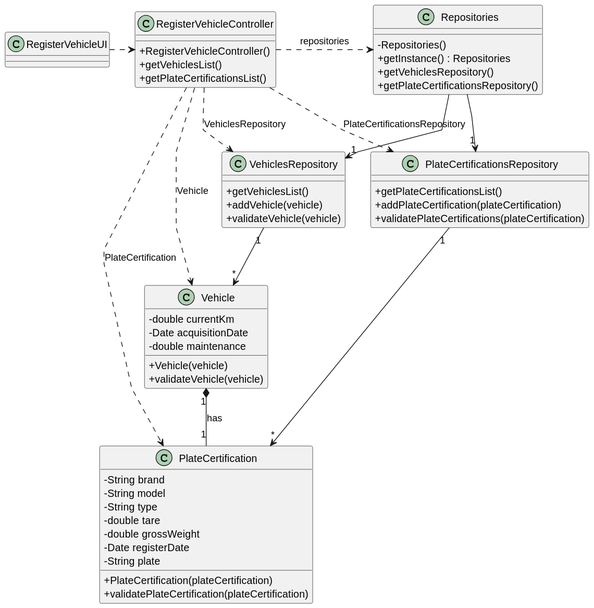
The PlantUML diagram docs/sprint2/us006/03.design/svg/us006-class-diagram.svg in 1231360-ISEP/lei-24-s2-1db-g021, before a commit.
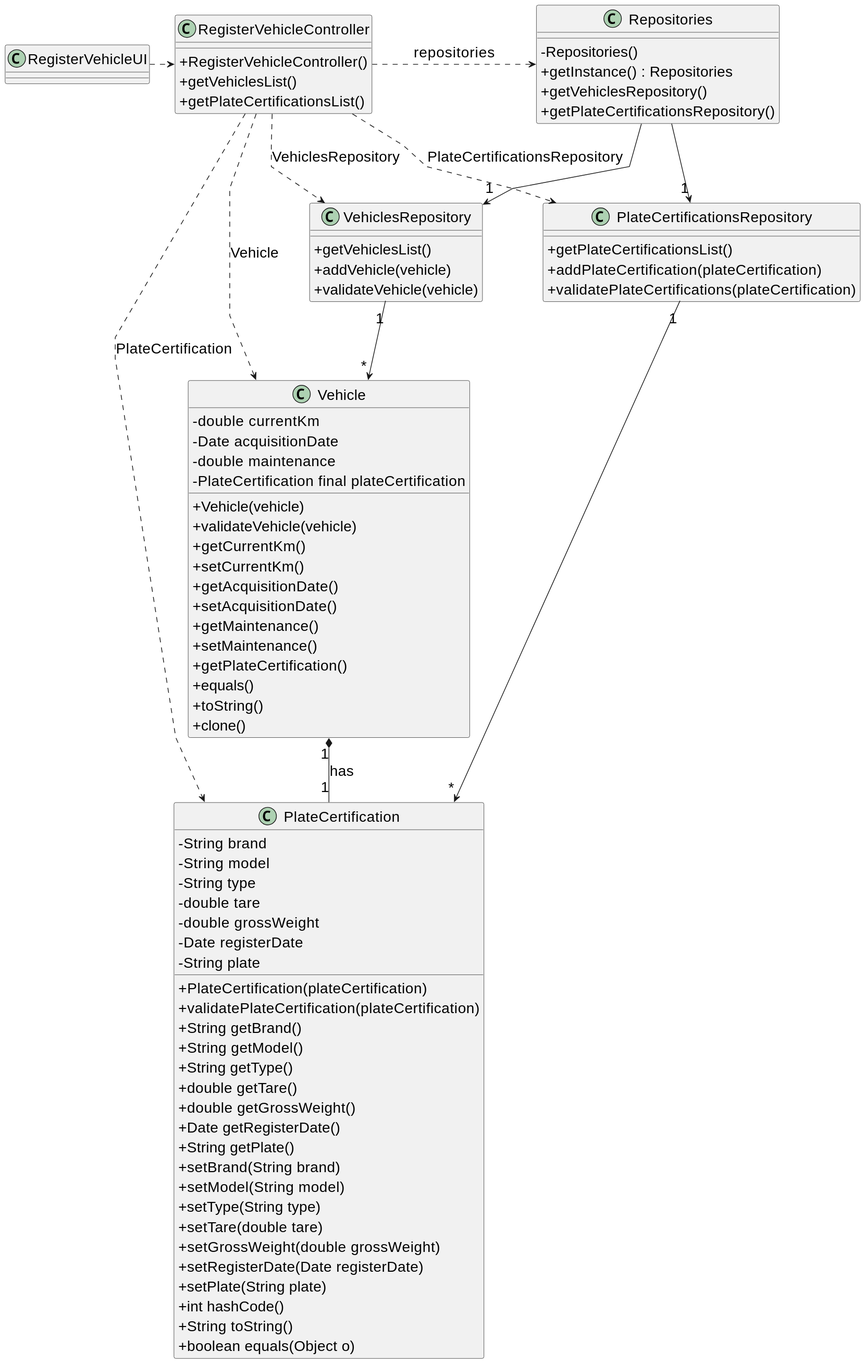
Later version of the same file.

What changed in the source:
```diff
@@ -1,4 +1,5 @@
 @startuml
+skinparamlocked defaultFontSize 20
 skinparam packageStyle rectangle
 skinparam shadowing false
 skinparam linetype polyline
@@ -24,8 +25,19 @@
     - double currentKm
     - Date acquisitionDate
     - double maintenance
+    -PlateCertification final plateCertification
     + Vehicle(vehicle)
     + validateVehicle(vehicle)
+    + getCurrentKm()
+    + setCurrentKm()
+    + getAcquisitionDate()
+    + setAcquisitionDate()
+    + getMaintenance()
+    + setMaintenance()
+    + getPlateCertification()
+    + equals()
+    + toString()
+    + clone()
 }
 
 class VehiclesRepository {
@@ -44,6 +56,23 @@
     - String plate
     + PlateCertification(plateCertification)
     + validatePlateCertification(plateCertification)
+    + String getBrand()
+    + String getModel()
+    + String getType()
+    + double getTare()
+    + double getGrossWeight()
+    + Date getRegisterDate()
+    + String getPlate()
+    + setBrand(String brand)
+    + setModel(String model)
+    + setType(String type)
+    + setTare(double tare)
+    + setGrossWeight(double grossWeight)
+    + setRegisterDate(Date registerDate)
+    + setPlate(String plate)
+    + int hashCode()
+    + String toString()
+    + boolean equals(Object o)
 }
 
 class PlateCertificationsRepository {
```
